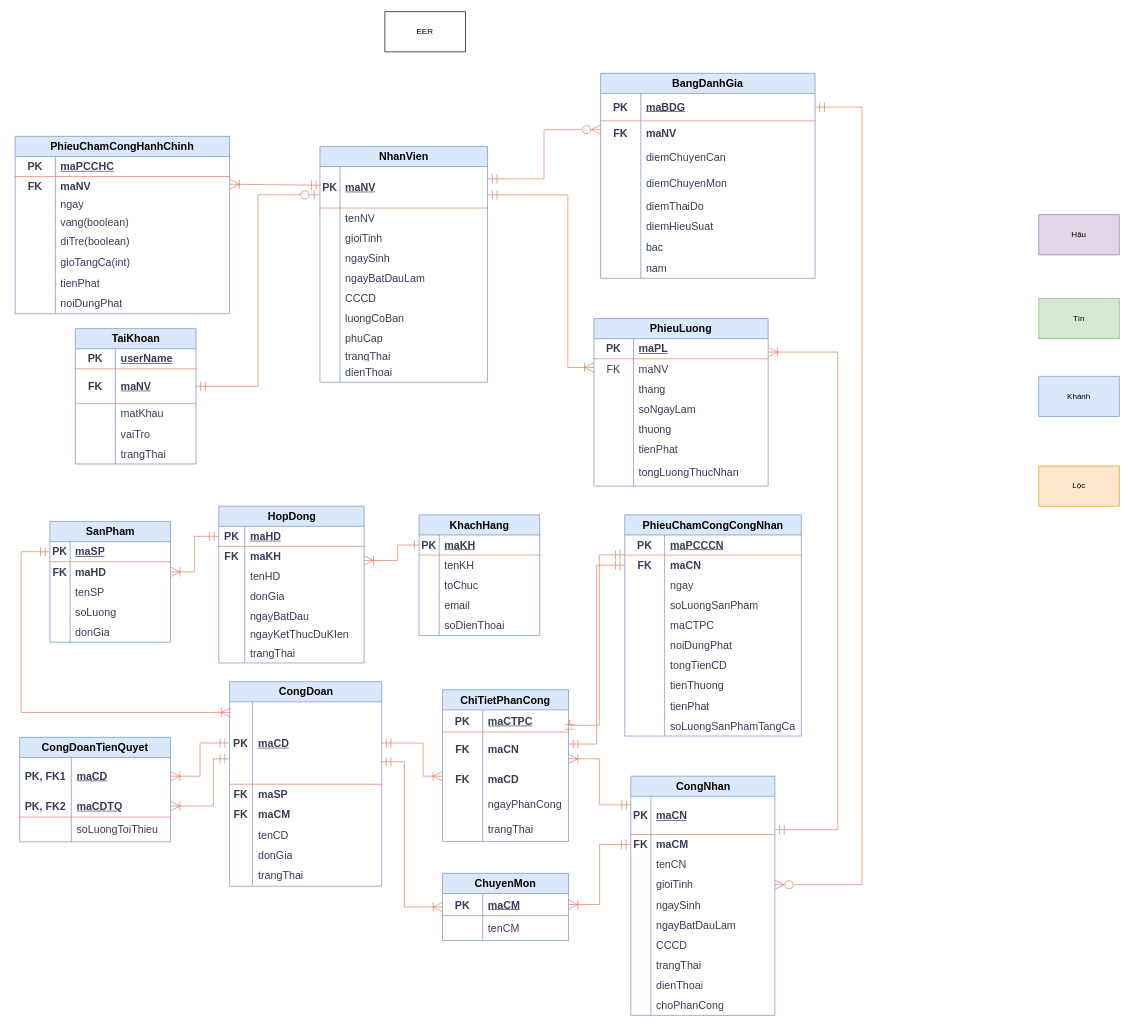
The draw.io diagram page "ERD" (1 of 3) of diagrams/diagrams.drawio in TomTom2k/-management-of-a-ceramic-processing-company, before the edit. Source tidied: cells renumbered, new cells numbered last; positions are measured from the earlier drawing's top-left corner, leaving out a move shared by most shapes. Both pictures are drawn from the tidied source at 67%, with x=0, y=0 at pixel (15, 11).
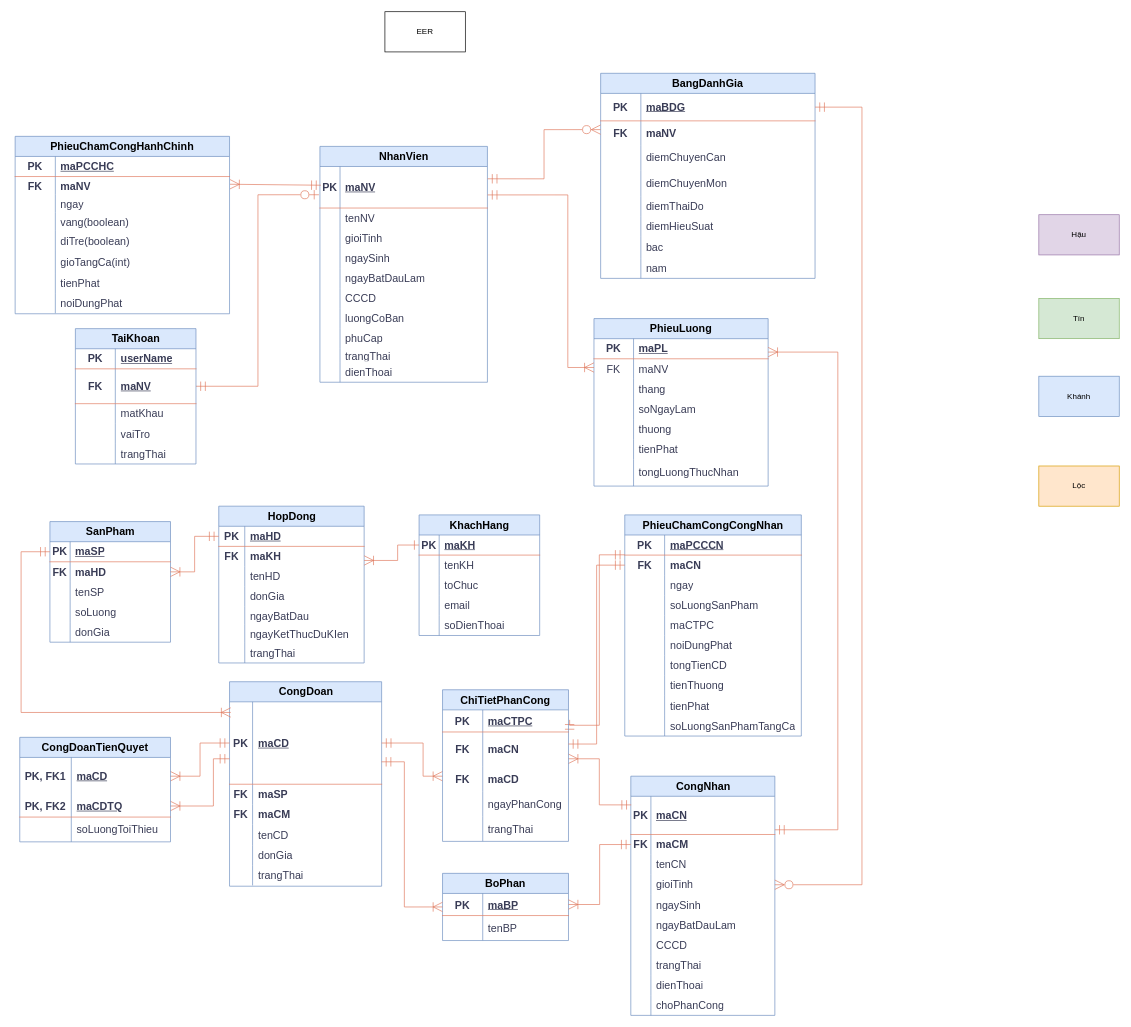
The same page after the edit.

Unchanged cells that the change refers to:
```xml
<mxCell id="303" style="shape=tableRow;horizontal=0;startSize=0;swimlaneHead=0;swimlaneBody=0;fillColor=none;points=[[0,0.5],[1,0.5]];portConstraint=eastwest;top=0;left=0;right=0;bottom=1;html=1;labelBackgroundColor=none;strokeColor=#E07A5F;fontColor=#393C56;fontSize=16;" parent="302" vertex="1">
  <mxGeometry y="30" width="188" height="33" as="geometry" />
</mxCell>
<mxCell id="306" style="shape=tableRow;horizontal=0;startSize=0;swimlaneHead=0;swimlaneBody=0;fillColor=none;top=0;left=0;right=0;bottom=0;html=1;labelBackgroundColor=none;strokeColor=#E07A5F;fontColor=#393C56;fontSize=16;" parent="302" vertex="1">
  <mxGeometry y="63" width="188" height="37" as="geometry" />
</mxCell>
```

Change to the diagram source:
```diff
@@
-    <mxCell id="302" value="ChuyenMon" style="shape=table;startSize=30;childLayout=tableLayout;rowLines=0;fontStyle=1;align=center;html=1;whiteSpace=wrap;labelBackgroundColor=none;fillColor=#dae8fc;strokeColor=#6c8ebf;fontSize=16;" parent="1" vertex="1">
+    <mxCell id="302" value="BoPhan" style="shape=table;startSize=30;childLayout=tableLayout;rowLines=0;fontStyle=1;align=center;html=1;whiteSpace=wrap;labelBackgroundColor=none;fillColor=#dae8fc;strokeColor=#6c8ebf;fontSize=16;" parent="1" vertex="1">
       <mxGeometry x="638" y="1286" width="188" height="100.3" as="geometry" />
     </mxCell>
@@
-    <mxCell id="305" value="maCM" style="shape=partialRectangle;fillColor=none;top=0;left=0;bottom=0;right=0;align=left;spacingLeft=6;fontStyle=5;overflow=hidden;html=1;whiteSpace=wrap;labelBackgroundColor=none;strokeColor=#E07A5F;fontColor=#393C56;fontSize=16;" parent="303" vertex="1">
+    <mxCell id="305" value="maBP" style="shape=partialRectangle;fillColor=none;top=0;left=0;bottom=0;right=0;align=left;spacingLeft=6;fontStyle=5;overflow=hidden;html=1;whiteSpace=wrap;labelBackgroundColor=none;strokeColor=#E07A5F;fontColor=#393C56;fontSize=16;" parent="303" vertex="1">
       <mxGeometry x="60" width="128" height="33" as="geometry" />
     </mxCell>
@@
-    <mxCell id="308" value="tenCM" style="shape=partialRectangle;fillColor=none;top=0;left=0;bottom=0;right=0;align=left;spacingLeft=6;overflow=hidden;html=1;whiteSpace=wrap;labelBackgroundColor=none;strokeColor=#E07A5F;fontColor=#393C56;fontSize=16;" parent="306" vertex="1">
+    <mxCell id="308" value="tenBP" style="shape=partialRectangle;fillColor=none;top=0;left=0;bottom=0;right=0;align=left;spacingLeft=6;overflow=hidden;html=1;whiteSpace=wrap;labelBackgroundColor=none;strokeColor=#E07A5F;fontColor=#393C56;fontSize=16;" parent="306" vertex="1">
       <mxGeometry x="60" width="128" height="37" as="geometry" />
     </mxCell>
```
